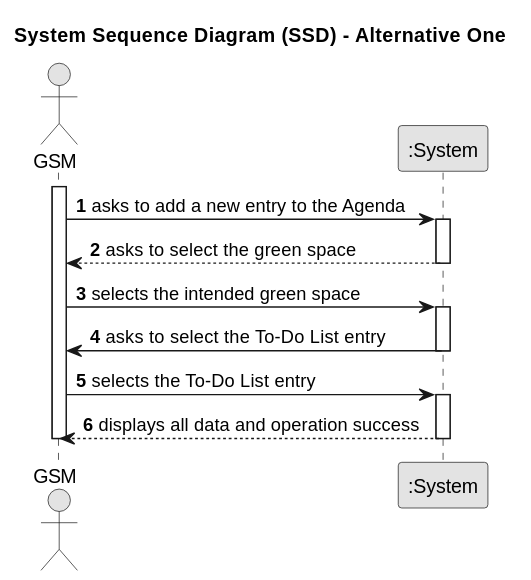
This is docs/SprintC/us022/01.requirements-engineering/svg/us022-system-sequence-diagram-alternative-one-System_Sequence_Diagram__SSD____Alternative_One.svg from Departamento-de-Engenharia-Informatica/lei-24-s2-1df-1de-g063, a PlantUML export, as it was before one commit.
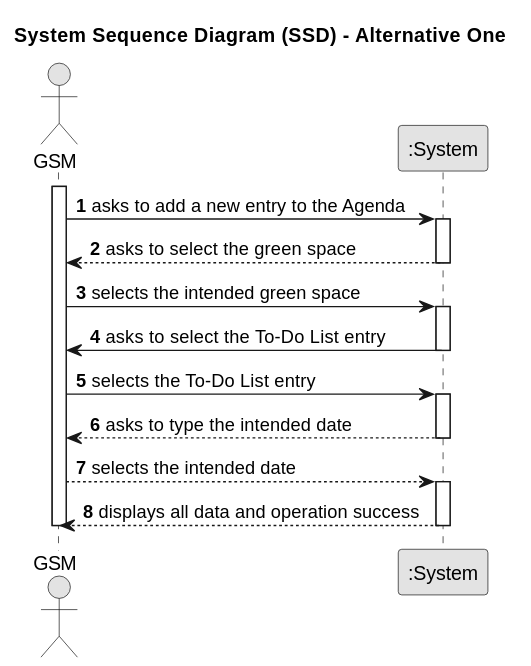
Above is the later version.

The edit, as a diff of the source:
```diff
@@ -20,6 +20,10 @@
         deactivate System
     GSM -> System : selects the To-Do List entry
     activate System
+    System --> GSM : asks to type the intended date
+        deactivate System
+    GSM --> System : selects the intended date
+    activate System
            System --> GSM : displays all data and operation success
            deactivate System
 deactivate GSM
```
